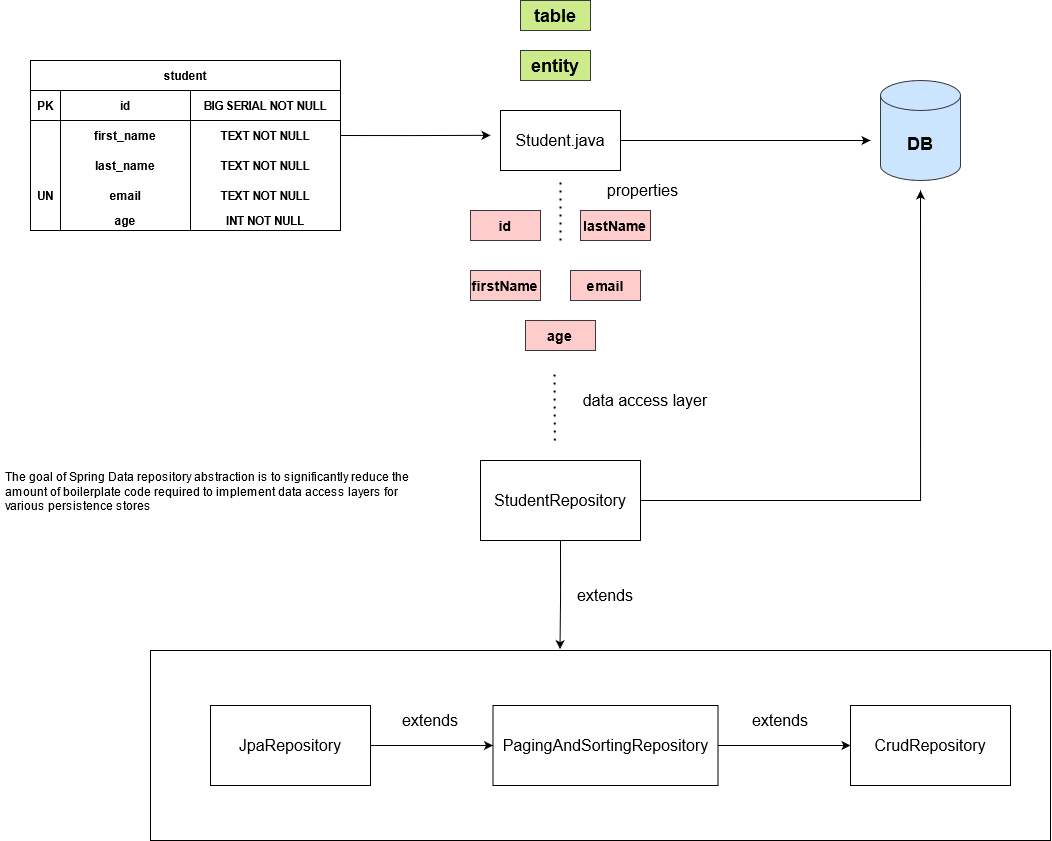
This is db_schema.png from ciurescuraul/SpringDataJPA, a draw.io export, as it was before one commit. Source tidied: cells renumbered, new cells last; positions are measured from the earlier drawing's top-left corner, leaving out a move shared by most shapes.
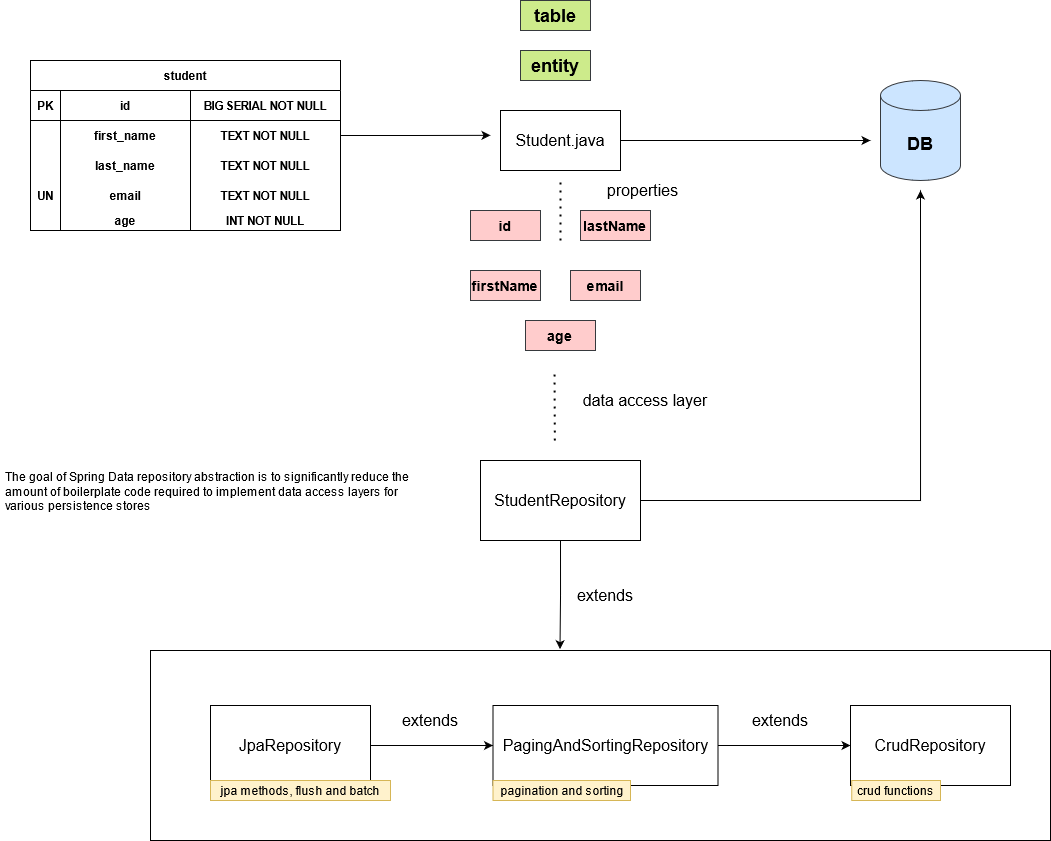
The same diagram one commit later.

Diff of the diagram source:
```diff
@@ -161,5 +161,14 @@
     <mxCell id="50" value="The goal of Spring Data repository abstraction is to significantly reduce the amount of boilerplate code required to implement data access layers for various persistence stores" style="text;html=1;strokeColor=none;fillColor=none;spacing=5;spacingTop=-20;whiteSpace=wrap;overflow=hidden;rounded=0;" parent="1" vertex="1">
       <mxGeometry y="480" width="430" height="40" as="geometry" />
     </mxCell>
+    <mxCell id="51" value="jpa methods, flush and batch" style="rounded=0;whiteSpace=wrap;html=1;strokeWidth=1;fillColor=#fff2cc;strokeColor=#d6b656;" parent="1" vertex="1">
+      <mxGeometry x="210" y="780" width="180" height="20" as="geometry" />
+    </mxCell>
+    <mxCell id="52" value="pagination and sorting" style="rounded=0;whiteSpace=wrap;html=1;strokeWidth=1;fillColor=#fff2cc;strokeColor=#d6b656;" parent="1" vertex="1">
+      <mxGeometry x="492.5" y="780" width="137.5" height="20" as="geometry" />
+    </mxCell>
+    <mxCell id="53" value="crud functions" style="rounded=0;whiteSpace=wrap;html=1;strokeWidth=1;fillColor=#fff2cc;strokeColor=#d6b656;" parent="1" vertex="1">
+      <mxGeometry x="851.2" y="780" width="88.8" height="20" as="geometry" />
+    </mxCell>
   </root>
 </mxGraphModel>
```
